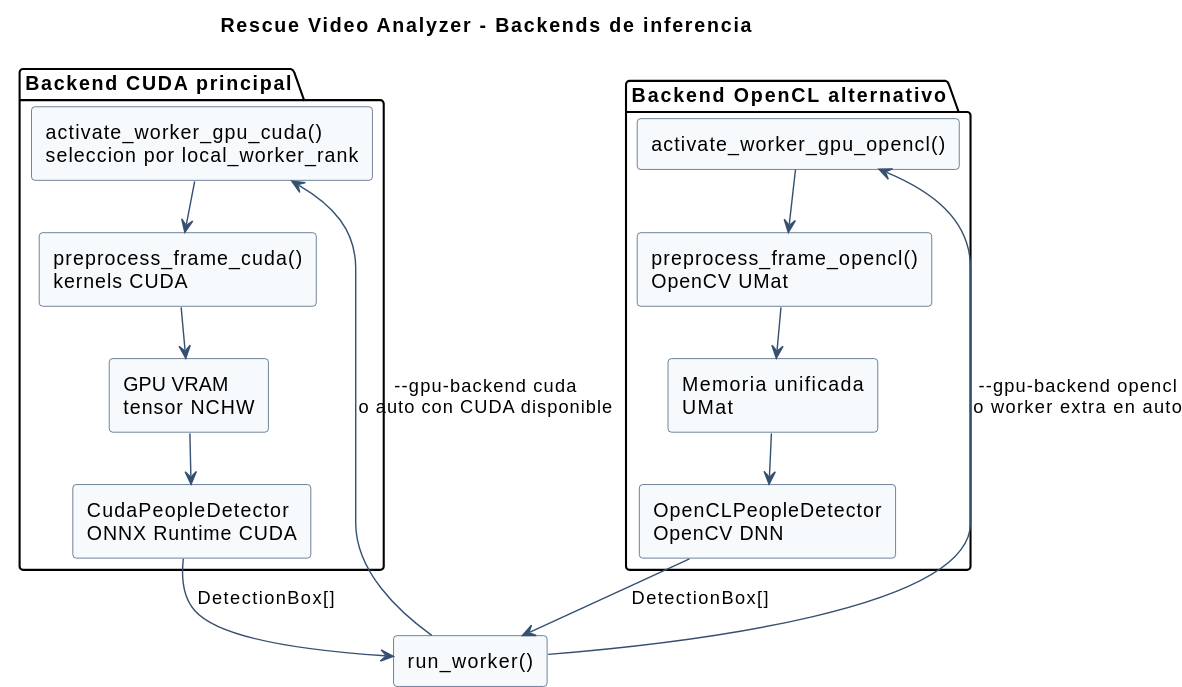
Earlier version of the PlantUML export docs/diagrams/backends.svg (pablovalencia1404/mpi_video_analyzer). Source of this version:
```plantuml
@startuml
!pragma layout smetana
title Rescue Video Analyzer - Backends de inferencia

skinparam backgroundColor #FFFFFF
skinparam componentStyle rectangle
skinparam shadowing false
skinparam ArrowColor #355070
skinparam ComponentBorderColor #355070
skinparam ComponentBackgroundColor #F7FAFC

component "run_worker()" as Worker

package "Backend CUDA principal" as CUDA {
  component "activate_worker_gpu_cuda()\nseleccion por local_worker_rank" as BindCuda
  component "preprocess_frame_cuda()\nkernels CUDA" as PreCuda
  component "CudaPeopleDetector\nONNX Runtime CUDA" as DetCuda
  component "GPU VRAM\ntensor NCHW" as Vram
}

package "Backend OpenCL alternativo" as OPENCL {
  component "activate_worker_gpu_opencl()" as BindOpenCL
  component "preprocess_frame_opencl()\nOpenCV UMat" as PreOpenCL
  component "OpenCLPeopleDetector\nOpenCV DNN" as DetOpenCL
  component "Memoria unificada\nUMat" as UMat
}

Worker --> BindCuda : --gpu-backend cuda\no auto con CUDA disponible
BindCuda --> PreCuda
PreCuda --> Vram
Vram --> DetCuda

Worker --> BindOpenCL : --gpu-backend opencl\no worker extra en auto
BindOpenCL --> PreOpenCL
PreOpenCL --> UMat
UMat --> DetOpenCL

DetCuda --> Worker : DetectionBox[]
DetOpenCL --> Worker : DetectionBox[]
@enduml
```
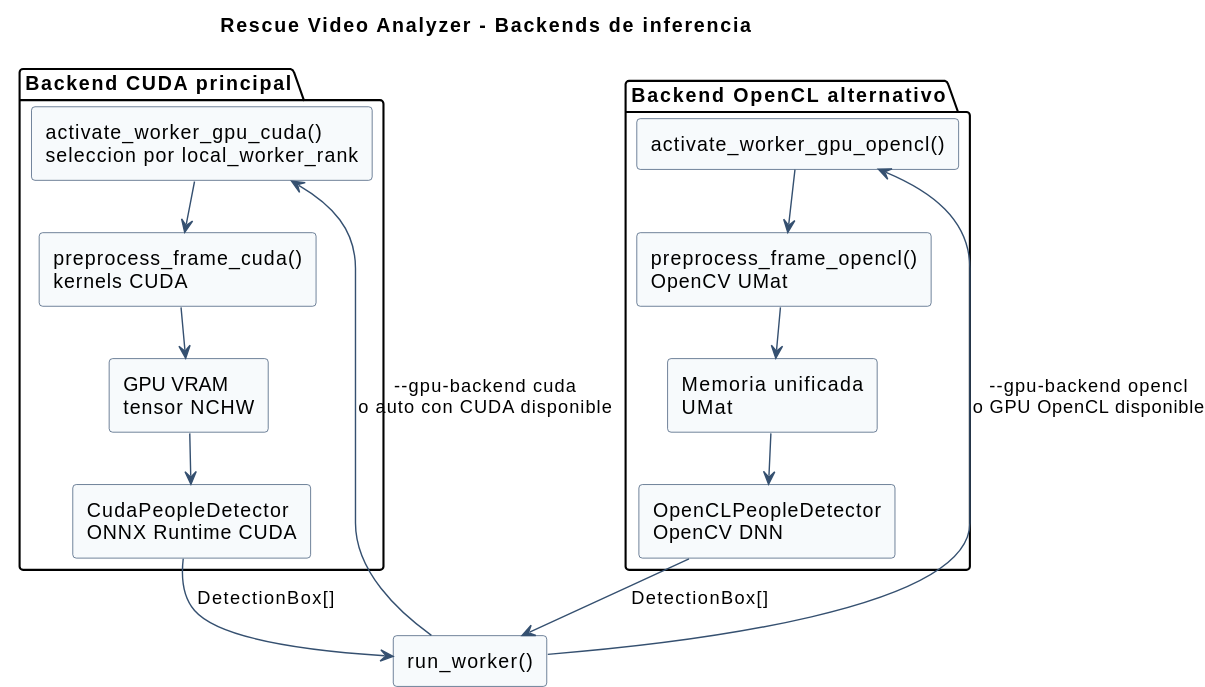
After the change.

Diff of the diagram source:
```diff
@@ -30,7 +30,7 @@
 PreCuda --> Vram
 Vram --> DetCuda
 
-Worker --> BindOpenCL : --gpu-backend opencl\no worker extra en auto
+Worker --> BindOpenCL : --gpu-backend opencl\no GPU OpenCL disponible
 BindOpenCL --> PreOpenCL
 PreOpenCL --> UMat
 UMat --> DetOpenCL
```
